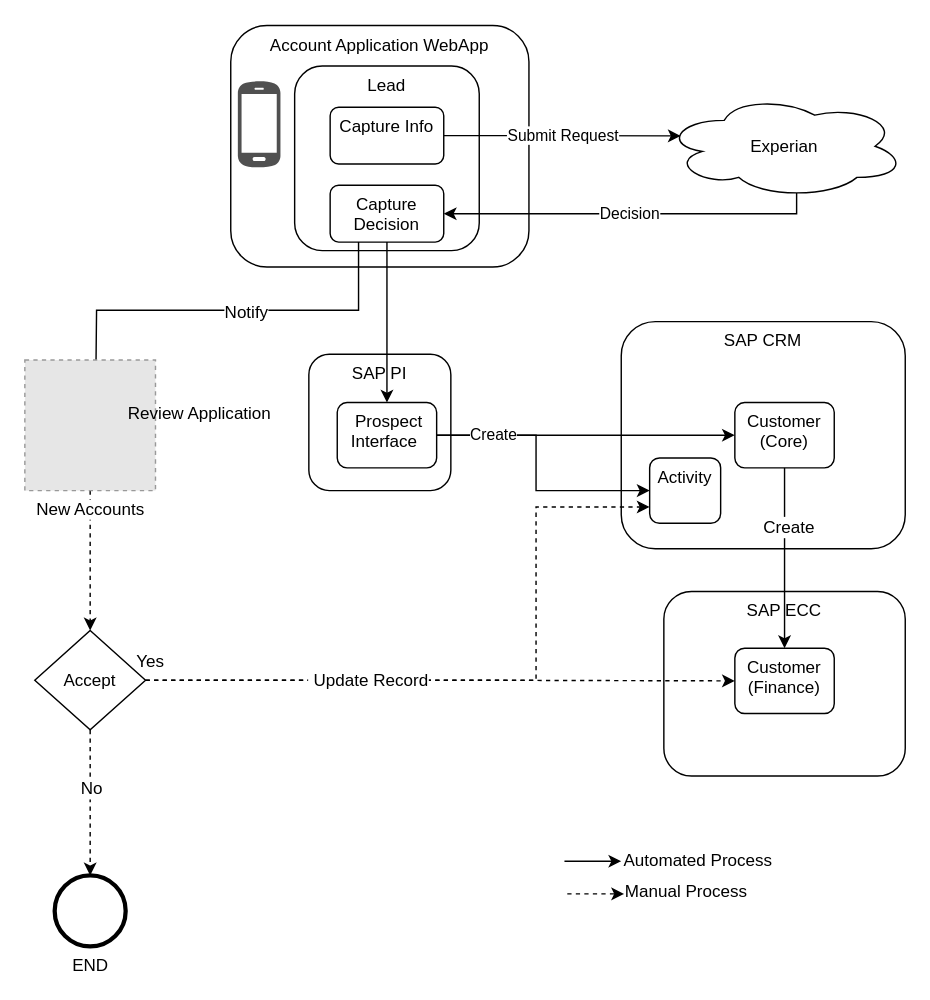
mrf742002/Diagrams keeps this draw.io diagram as page "Reject/Refer" (2 of 2) of Account Application.drawio. Above is the earlier version. Source tidied: cells renumbered, new cells numbered last; positions are measured from the earlier drawing's top-left corner, leaving out a move shared by most shapes. Both pictures are drawn from the tidied source at 142%, with x=0, y=0 at pixel (24, 26). Pictures stored in the file or linked from it are replaced by grey dashed boxes.
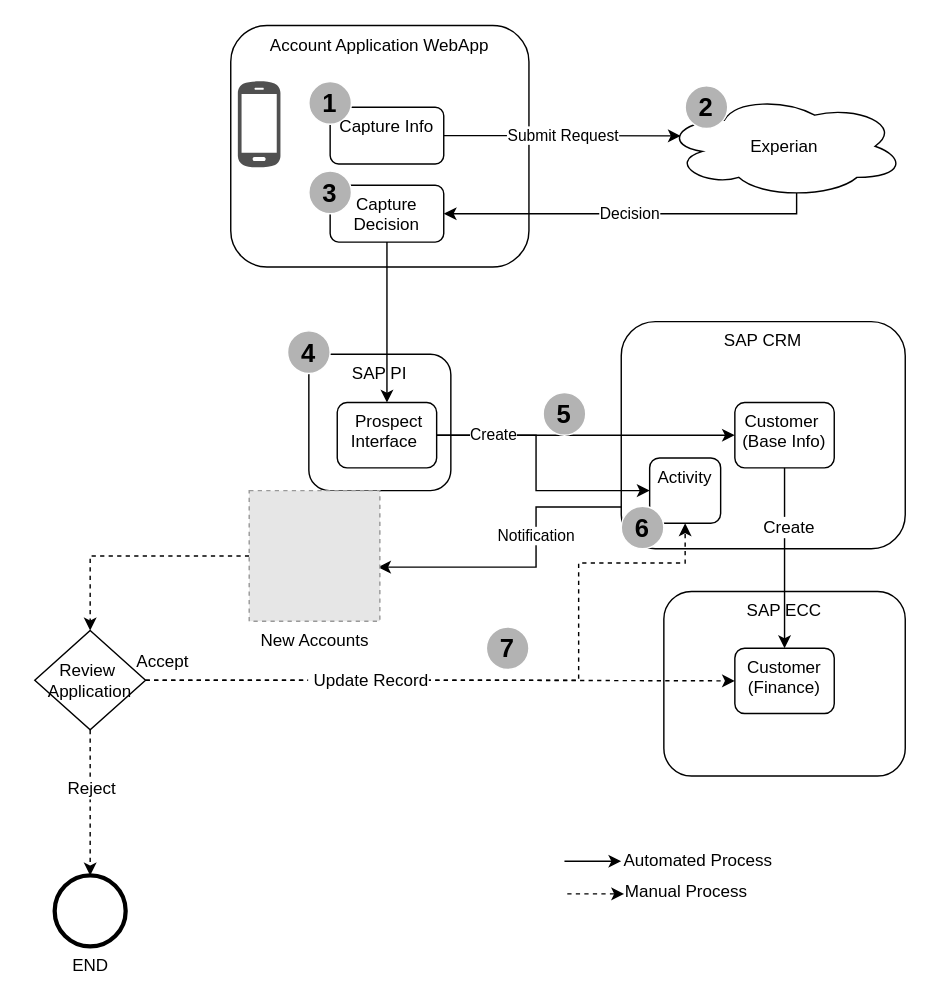
After the change.

The change refers to these unchanged cells:
```xml
<mxCell id="12" value="Capture Decision" style="rounded=1;whiteSpace=wrap;html=1;verticalAlign=top;" parent="1" vertex="1">
  <mxGeometry x="215" y="112" width="80" height="40" as="geometry" />
</mxCell>
<mxCell id="27" style="edgeStyle=orthogonalEdgeStyle;rounded=0;jettySize=auto;html=1;exitX=0.5;exitY=1;exitDx=0;exitDy=0;dashed=1;" parent="1" edge="1" source="29" target="30">
  <mxGeometry relative="1" as="geometry" />
</mxCell>
<mxCell id="32" value="Activity" style="rounded=1;whiteSpace=wrap;html=1;verticalAlign=top;" parent="1" vertex="1">
  <mxGeometry x="440" y="304" width="50" height="46" as="geometry" />
</mxCell>
```

What changed in the source:
```diff
@@
+    <mxCell id="40" value="Notification" style="edgeStyle=orthogonalEdgeStyle;rounded=0;jettySize=auto;html=1;exitX=0;exitY=0.75;exitDx=0;exitDy=0;entryX=0.987;entryY=0.586;entryDx=0;entryDy=0;entryPerimeter=0;" parent="1" edge="1" source="32" target="24">
+      <mxGeometry x="-0.31" y="19" relative="1" as="geometry">
+        <Array as="points">
+          <mxPoint x="360" y="339" />
+          <mxPoint x="360" y="381" />
+        </Array>
+        <mxPoint x="-19" y="19" as="offset" />
+      </mxGeometry>
+    </mxCell>
@@
-    <mxCell id="3" style="edgeStyle=orthogonalEdgeStyle;rounded=0;jettySize=auto;html=1;exitX=1;exitY=0.5;exitDx=0;exitDy=0;entryX=0;entryY=0.75;entryDx=0;entryDy=0;dashed=1;" parent="1" edge="1" source="29" target="32">
+    <mxCell id="3" style="edgeStyle=orthogonalEdgeStyle;rounded=0;jettySize=auto;html=1;exitX=1;exitY=0.5;exitDx=0;exitDy=0;entryX=0.5;entryY=1;entryDx=0;entryDy=0;dashed=1;" parent="1" edge="1" source="29" target="32">
       <mxGeometry relative="1" as="geometry">
         <Array as="points">
-          <mxPoint x="360" y="461" />
-          <mxPoint x="360" y="339" />
+          <mxPoint x="390" y="461" />
+          <mxPoint x="390" y="378" />
+          <mxPoint x="465" y="378" />
         </Array>
       </mxGeometry>
     </mxCell>
@@
-    <mxCell id="5" value="Lead" style="rounded=1;whiteSpace=wrap;html=1;verticalAlign=top;" parent="1" vertex="1">
-      <mxGeometry x="190" y="28" width="130" height="130" as="geometry" />
-    </mxCell>
@@
-    <mxCell id="10" style="edgeStyle=orthogonalEdgeStyle;rounded=0;jettySize=auto;html=1;exitX=0.25;exitY=1;exitDx=0;exitDy=0;" parent="1" edge="1" source="12">
-      <mxGeometry relative="1" as="geometry">
-        <mxPoint x="50" y="248" as="targetPoint" />
-      </mxGeometry>
-    </mxCell>
-    <mxCell id="11" value="Notify" style="text;html=1;align=center;verticalAlign=middle;labelBackgroundColor=#ffffff;" parent="10" vertex="1">
-      <mxGeometry x="-0.09" y="1" relative="1" as="geometry" />
-    </mxCell>
@@
-    <mxCell id="16" value="Customer (Core)" style="rounded=1;whiteSpace=wrap;html=1;verticalAlign=top;" parent="1" vertex="1">
+    <mxCell id="16" value="Customer&amp;nbsp;&lt;br&gt;(Base Info)" style="rounded=1;whiteSpace=wrap;html=1;verticalAlign=top;" parent="1" vertex="1">
       <mxGeometry x="500" y="265" width="70" height="46" as="geometry" />
     </mxCell>
@@
-    <mxCell id="23" style="edgeStyle=orthogonalEdgeStyle;rounded=0;jettySize=auto;html=1;exitX=0.5;exitY=1;exitDx=0;exitDy=0;dashed=1;" parent="1" edge="1" source="24" target="29">
+    <mxCell id="23" style="edgeStyle=orthogonalEdgeStyle;rounded=0;jettySize=auto;html=1;dashed=1;" parent="1" edge="1" source="24" target="29">
       <mxGeometry relative="1" as="geometry" />
     </mxCell>
     <mxCell id="24" value="New Accounts" style="fillColor=#E6E6E6;strokeColor=#999999;dashed=1;html=1;verticalAlign=top;verticalLabelPosition=bottom;labelBackgroundColor=#ffffff;" parent="1" vertex="1">
-      <mxGeometry y="235" width="92" height="92" as="geometry" />
+      <mxGeometry x="158" y="327" width="92" height="92" as="geometry" />
     </mxCell>
@@
-    <mxCell id="28" value="No" style="text;html=1;align=center;verticalAlign=middle;labelBackgroundColor=#ffffff;" parent="27" vertex="1">
+    <mxCell id="28" value="Reject" style="text;html=1;align=center;verticalAlign=middle;labelBackgroundColor=#ffffff;" parent="27" vertex="1">
       <mxGeometry x="-0.2" relative="1" as="geometry" />
     </mxCell>
-    <mxCell id="29" value="Accept" style="rhombus;whiteSpace=wrap;html=1;" parent="1" vertex="1">
+    <mxCell id="29" value="Review&amp;nbsp;&lt;br&gt;Application" style="rhombus;whiteSpace=wrap;html=1;" parent="1" vertex="1">
       <mxGeometry x="7" y="425.5" width="78" height="70" as="geometry" />
     </mxCell>
@@
-    <mxCell id="31" value="Review Application" style="text;html=1;align=left;verticalAlign=top;spacingTop=-4;" parent="1" vertex="1">
-      <mxGeometry x="71" y="263" width="120" height="10" as="geometry" />
-    </mxCell>
@@
-    <mxCell id="34" value="Yes" style="text;html=1;align=left;verticalAlign=top;spacingTop=-4;" parent="1" vertex="1">
-      <mxGeometry x="77" y="438" width="30" height="10" as="geometry" />
+    <mxCell id="34" value="Accept" style="text;html=1;align=left;verticalAlign=top;spacingTop=-4;" parent="1" vertex="1">
+      <mxGeometry x="77" y="438" width="50" height="10" as="geometry" />
     </mxCell>
@@
+    <mxCell id="41" value="&lt;b&gt;&lt;font style=&quot;font-size: 18px&quot;&gt;1&lt;/font&gt;&lt;/b&gt;" style="ellipse;whiteSpace=wrap;html=1;strokeColor=#FFFFFF;fillColor=#B3B3B3;fontSize=20;" parent="1" vertex="1">
+      <mxGeometry x="200" y="39" width="30" height="30" as="geometry" />
+    </mxCell>
+    <mxCell id="42" value="&lt;b&gt;&lt;font style=&quot;font-size: 18px&quot;&gt;2&lt;/font&gt;&lt;/b&gt;" style="ellipse;whiteSpace=wrap;html=1;strokeColor=#FFFFFF;fillColor=#B3B3B3;fontSize=20;" parent="1" vertex="1">
+      <mxGeometry x="465" y="42" width="30" height="30" as="geometry" />
+    </mxCell>
+    <mxCell id="43" value="&lt;b&gt;&lt;font style=&quot;font-size: 18px&quot;&gt;3&lt;/font&gt;&lt;/b&gt;" style="ellipse;whiteSpace=wrap;html=1;strokeColor=#FFFFFF;fillColor=#B3B3B3;fontSize=20;" parent="1" vertex="1">
+      <mxGeometry x="200" y="102" width="30" height="30" as="geometry" />
+    </mxCell>
+    <mxCell id="44" value="&lt;b&gt;&lt;font style=&quot;font-size: 18px&quot;&gt;4&lt;/font&gt;&lt;/b&gt;" style="ellipse;whiteSpace=wrap;html=1;strokeColor=#FFFFFF;fillColor=#B3B3B3;fontSize=20;" parent="1" vertex="1">
+      <mxGeometry x="185" y="214.5" width="30" height="30" as="geometry" />
+    </mxCell>
+    <mxCell id="45" value="&lt;b&gt;&lt;font style=&quot;font-size: 18px&quot;&gt;5&lt;/font&gt;&lt;/b&gt;" style="ellipse;whiteSpace=wrap;html=1;strokeColor=#FFFFFF;fillColor=#B3B3B3;fontSize=20;" parent="1" vertex="1">
+      <mxGeometry x="365" y="258" width="30" height="30" as="geometry" />
+    </mxCell>
+    <mxCell id="46" value="&lt;b&gt;&lt;font style=&quot;font-size: 18px&quot;&gt;6&lt;/font&gt;&lt;/b&gt;" style="ellipse;whiteSpace=wrap;html=1;strokeColor=#FFFFFF;fillColor=#B3B3B3;fontSize=20;" parent="1" vertex="1">
+      <mxGeometry x="420" y="338" width="30" height="30" as="geometry" />
+    </mxCell>
+    <mxCell id="47" value="&lt;b&gt;&lt;font style=&quot;font-size: 18px&quot;&gt;7&lt;/font&gt;&lt;/b&gt;" style="ellipse;whiteSpace=wrap;html=1;strokeColor=#FFFFFF;fillColor=#B3B3B3;fontSize=20;" parent="1" vertex="1">
+      <mxGeometry x="325" y="423" width="30" height="30" as="geometry" />
+    </mxCell>
```
